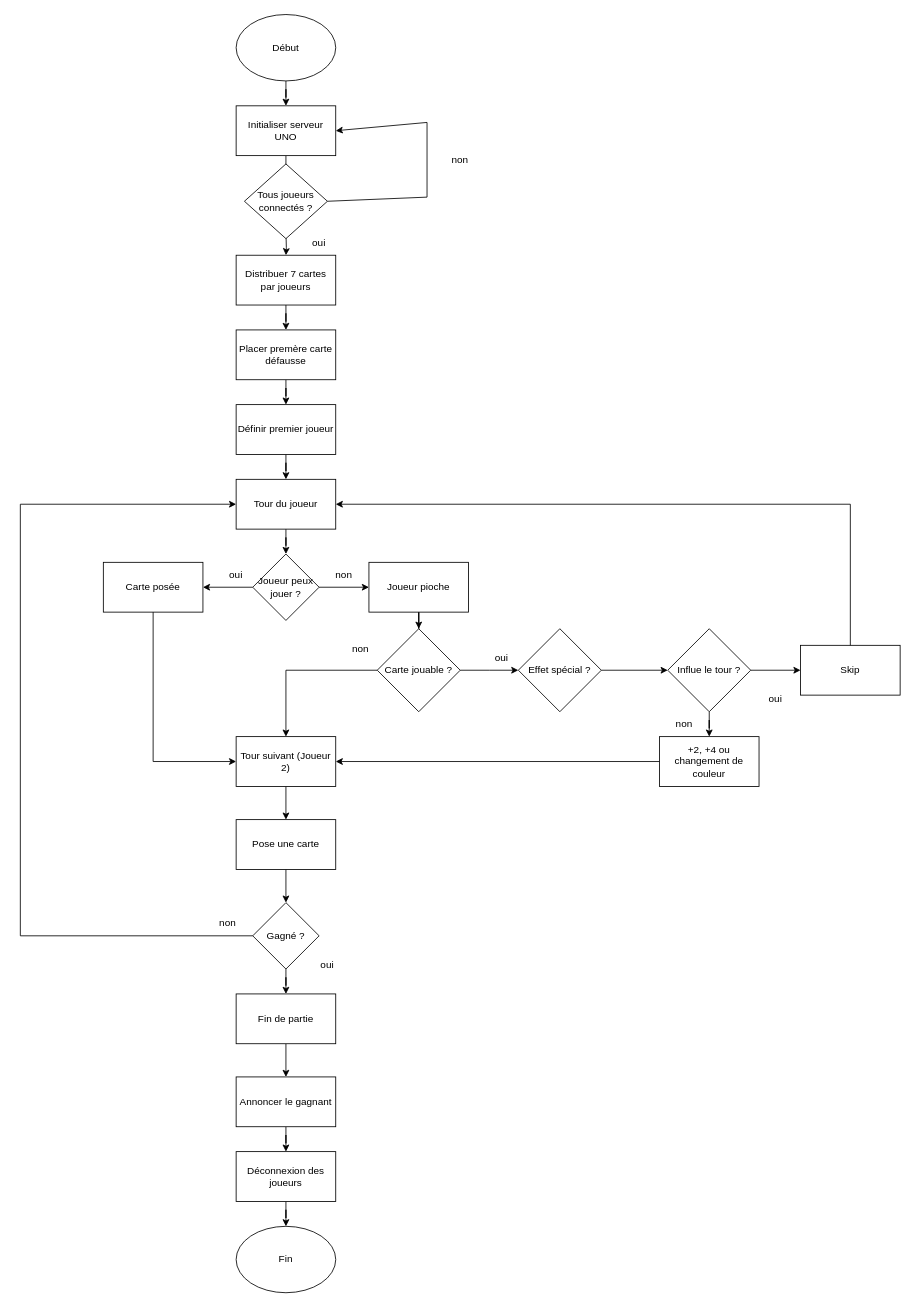
The draw.io diagram MA-24_UNO_projet_python.drawio in rinit44/Projet_Python, before the edit. Source tidied: cells renumbered, new cells numbered last; positions are measured from the earlier drawing's top-left corner, leaving out a move shared by most shapes. Both pictures are drawn from the tidied source at 83%, with x=0, y=0 at pixel (20, 14).
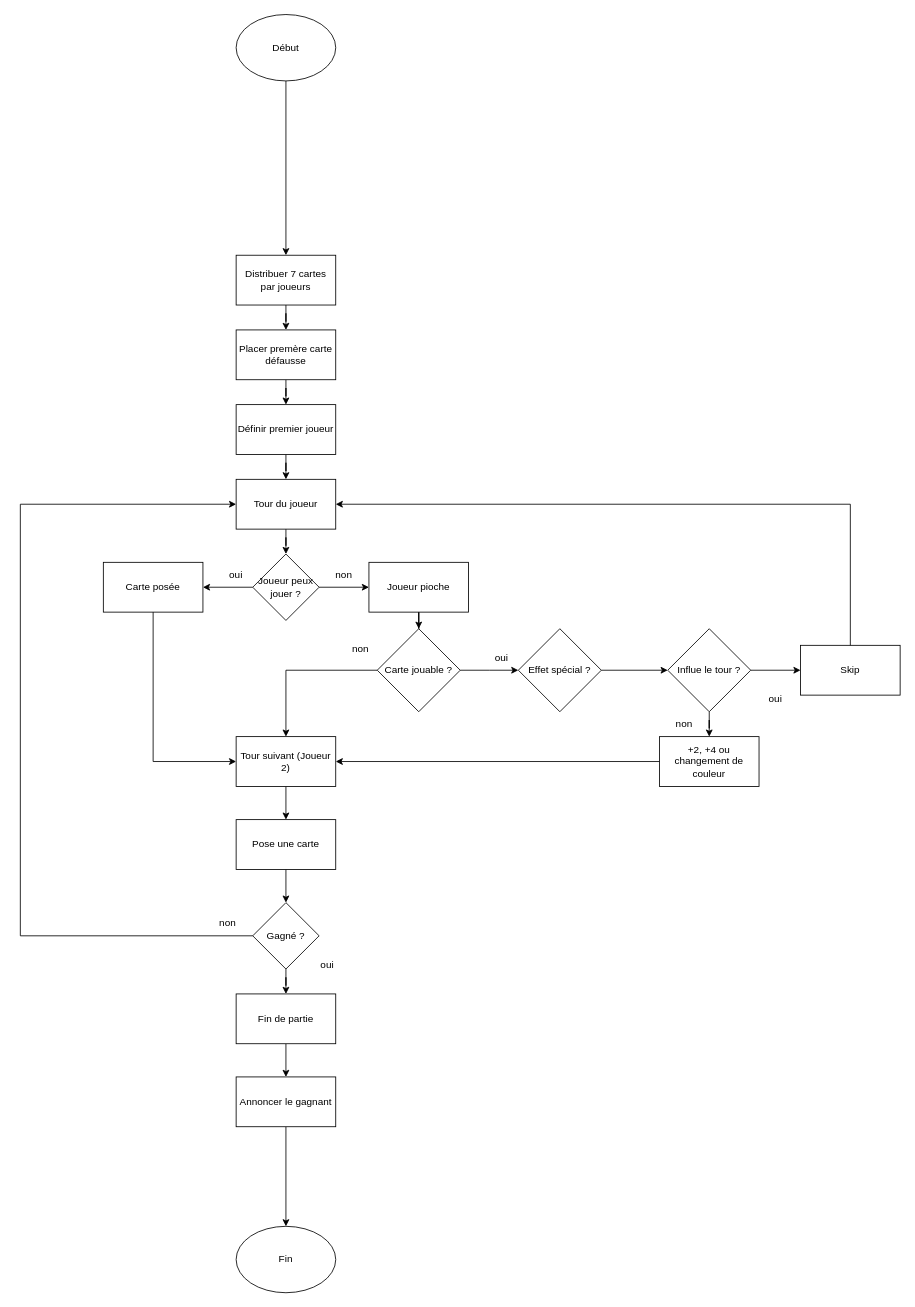
After the change.

Unchanged cells that the change refers to:
```xml
<mxCell id="3" value="Début" style="ellipse;whiteSpace=wrap;html=1;" parent="1" vertex="1">
  <mxGeometry x="260" width="120" height="80" as="geometry" />
</mxCell>
<mxCell id="8" value="Distribuer 7 cartes par joueurs" style="rounded=0;whiteSpace=wrap;html=1;" parent="1" vertex="1">
  <mxGeometry x="260" y="290" width="120" height="60" as="geometry" />
</mxCell>
<mxCell id="56" value="Annoncer le gagnant" style="whiteSpace=wrap;html=1;" parent="1" vertex="1">
  <mxGeometry x="260" y="1280" width="120" height="60" as="geometry" />
</mxCell>
<mxCell id="59" value="Fin" style="ellipse;whiteSpace=wrap;html=1;" parent="1" vertex="1">
  <mxGeometry x="260" y="1460" width="120" height="80" as="geometry" />
</mxCell>
```

What changed in the source:
```diff
@@
-    <mxCell id="2" style="edgeStyle=orthogonalEdgeStyle;rounded=0;jettySize=auto;html=1;" parent="1" edge="1" source="3" target="5">
+    <mxCell id="2" style="edgeStyle=orthogonalEdgeStyle;rounded=0;jettySize=auto;html=1;entryX=0.5;entryY=0;entryDx=0;entryDy=0;" parent="1" edge="1" source="3" target="8">
       <mxGeometry relative="1" as="geometry" />
     </mxCell>
@@
-    <mxCell id="4" style="edgeStyle=orthogonalEdgeStyle;rounded=0;jettySize=auto;html=1;" parent="1" edge="1" source="5">
-      <mxGeometry relative="1" as="geometry">
-        <mxPoint x="320" y="200" as="targetPoint" />
-      </mxGeometry>
-    </mxCell>
-    <mxCell id="5" value="Initialiser serveur UNO" style="rounded=0;whiteSpace=wrap;html=1;" parent="1" vertex="1">
-      <mxGeometry x="260" y="110" width="120" height="60" as="geometry" />
-    </mxCell>
-    <mxCell id="6" style="edgeStyle=orthogonalEdgeStyle;rounded=0;jettySize=auto;html=1;" parent="1" edge="1" target="8">
-      <mxGeometry relative="1" as="geometry">
-        <mxPoint x="320" y="260" as="sourcePoint" />
-      </mxGeometry>
-    </mxCell>
@@
-    <mxCell id="11" value="Tous joueurs connectés ?" style="rhombus;whiteSpace=wrap;html=1;" parent="1" vertex="1">
-      <mxGeometry x="270" y="180" width="100" height="90" as="geometry" />
-    </mxCell>
-    <mxCell id="12" style="endArrow=classic;html=1;rounded=0;exitX=1;exitY=0.5;exitDx=0;exitDy=0;entryX=1;entryY=0.5;entryDx=0;entryDy=0;" parent="1" edge="1" source="11" target="5">
-      <mxGeometry relative="1" as="geometry">
-        <Array as="points">
-          <mxPoint x="490" y="220" />
-          <mxPoint x="490" y="130" />
-        </Array>
-      </mxGeometry>
-    </mxCell>
@@
-    <mxCell id="23" value="oui" style="text;html=1;whiteSpace=wrap;strokeColor=none;fillColor=none;align=center;verticalAlign=middle;rounded=0;" parent="1" vertex="1">
-      <mxGeometry x="330" y="260" width="60" height="30" as="geometry" />
-    </mxCell>
-    <mxCell id="24" value="non" style="text;html=1;whiteSpace=wrap;strokeColor=none;fillColor=none;align=center;verticalAlign=middle;rounded=0;" parent="1" vertex="1">
-      <mxGeometry x="500" y="160" width="60" height="30" as="geometry" />
-    </mxCell>
@@
-    <mxCell id="55" style="edgeStyle=orthogonalEdgeStyle;rounded=0;jettySize=auto;html=1;" parent="1" edge="1" source="56" target="58">
+    <mxCell id="55" style="edgeStyle=orthogonalEdgeStyle;rounded=0;jettySize=auto;html=1;entryX=0.5;entryY=0;entryDx=0;entryDy=0;" parent="1" edge="1" source="56" target="59">
       <mxGeometry relative="1" as="geometry" />
     </mxCell>
@@
-    <mxCell id="57" style="edgeStyle=orthogonalEdgeStyle;rounded=0;jettySize=auto;html=1;" parent="1" edge="1" source="58" target="59">
-      <mxGeometry relative="1" as="geometry" />
-    </mxCell>
-    <mxCell id="58" value="Déconnexion des joueurs" style="whiteSpace=wrap;html=1;" parent="1" vertex="1">
-      <mxGeometry x="260" y="1370" width="120" height="60" as="geometry" />
-    </mxCell>
```
